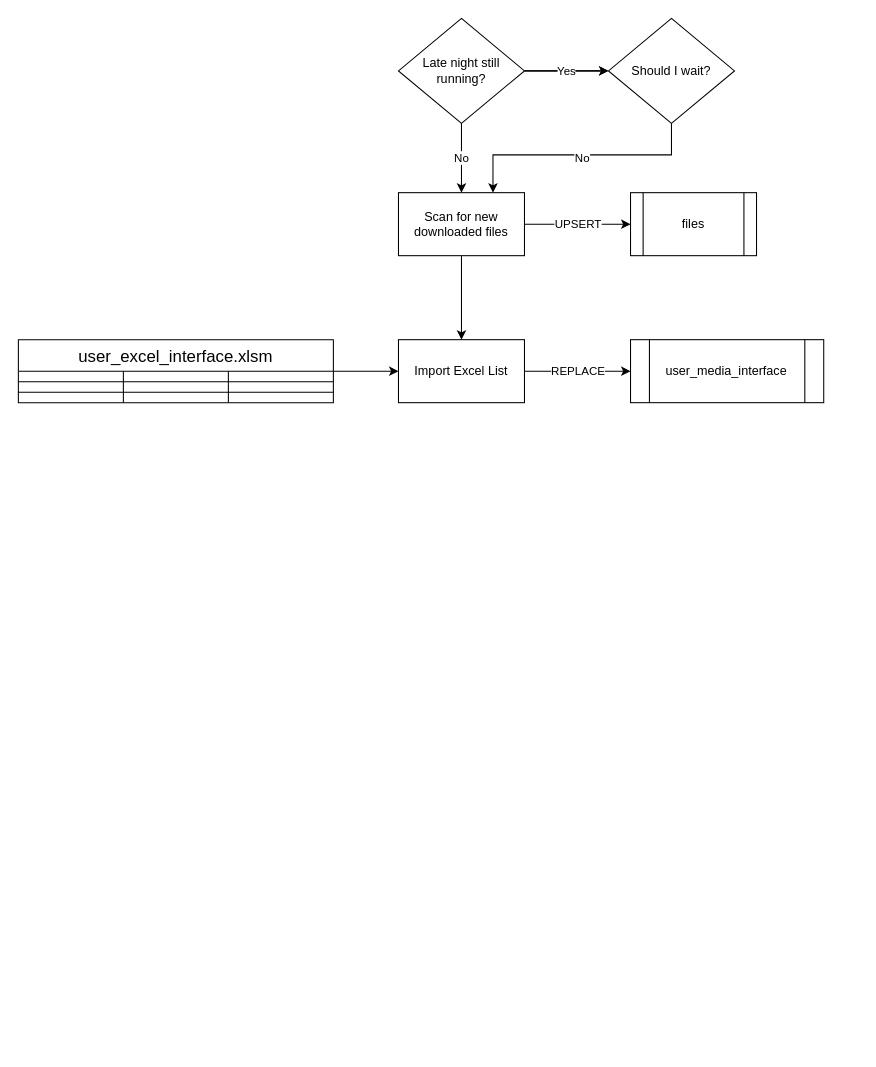
Before: filmcab daily process.EarlyMorning.drawio in jeffshumphreys/filmcab, a draw.io diagram. Source tidied: cells renumbered, new cells numbered last; positions are measured from the earlier drawing's top-left corner, leaving out a move shared by most shapes. Both pictures are drawn from the tidied source at 105%, with x=0, y=0 at pixel (18, 18).
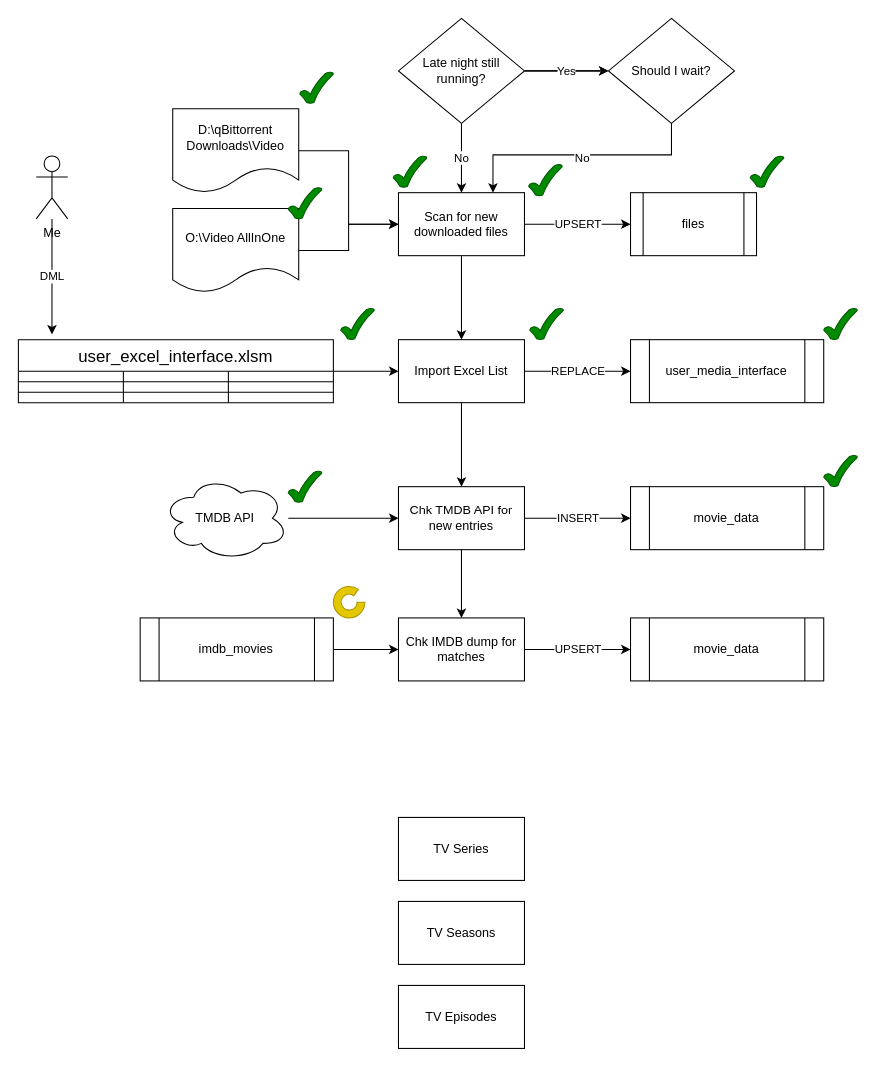
The same diagram, later.

Commit message:
Finally a useful plan!

Unchanged cells that the change refers to:
```xml
<mxCell id="11" value="Scan for new downloaded files" style="whiteSpace=wrap;html=1;" parent="1" vertex="1">
  <mxGeometry x="362" y="166" width="120" height="60" as="geometry" />
</mxCell>
<mxCell id="13" value="Import Excel List" style="whiteSpace=wrap;html=1;" parent="1" vertex="1">
  <mxGeometry x="362" y="306" width="120" height="60" as="geometry" />
</mxCell>
```

Diff of the diagram source:
```diff
@@
+    <mxCell id="30" style="edgeStyle=orthogonalEdgeStyle;rounded=0;jettySize=auto;html=1;" parent="1" edge="1" source="13" target="37">
+      <mxGeometry relative="1" as="geometry" />
+    </mxCell>
@@
+    <mxCell id="31" style="edgeStyle=orthogonalEdgeStyle;rounded=0;jettySize=auto;html=1;" parent="1" edge="1" source="32" target="11">
+      <mxGeometry relative="1" as="geometry" />
+    </mxCell>
+    <mxCell id="32" value="D:\qBittorrent Downloads\Video" style="shape=document;whiteSpace=wrap;html=1;boundedLbl=1;" parent="1" vertex="1">
+      <mxGeometry x="147" y="86" width="120" height="80" as="geometry" />
+    </mxCell>
+    <mxCell id="33" style="edgeStyle=orthogonalEdgeStyle;rounded=0;jettySize=auto;html=1;entryX=0;entryY=0.5;entryDx=0;entryDy=0;" parent="1" edge="1" source="34" target="11">
+      <mxGeometry relative="1" as="geometry" />
+    </mxCell>
+    <mxCell id="34" value="O:\Video AllInOne" style="shape=document;whiteSpace=wrap;html=1;boundedLbl=1;" parent="1" vertex="1">
+      <mxGeometry x="147" y="181" width="120" height="80" as="geometry" />
+    </mxCell>
+    <mxCell id="35" value="INSERT" style="edgeStyle=orthogonalEdgeStyle;rounded=0;jettySize=auto;html=1;" parent="1" edge="1" source="37" target="38">
+      <mxGeometry relative="1" as="geometry" />
+    </mxCell>
+    <mxCell id="36" style="edgeStyle=orthogonalEdgeStyle;rounded=0;jettySize=auto;html=1;entryX=0.5;entryY=0;entryDx=0;entryDy=0;" parent="1" edge="1" source="37" target="54">
+      <mxGeometry relative="1" as="geometry" />
+    </mxCell>
+    <mxCell id="37" value="Chk TMDB API for new entries" style="whiteSpace=wrap;html=1;" parent="1" vertex="1">
+      <mxGeometry x="362" y="446" width="120" height="60" as="geometry" />
+    </mxCell>
+    <mxCell id="38" value="movie_data" style="shape=process;whiteSpace=wrap;html=1;backgroundOutline=1;" parent="1" vertex="1">
+      <mxGeometry x="583" y="446" width="184" height="60" as="geometry" />
+    </mxCell>
+    <mxCell id="39" style="edgeStyle=orthogonalEdgeStyle;rounded=0;jettySize=auto;html=1;" parent="1" edge="1" source="40" target="37">
+      <mxGeometry relative="1" as="geometry" />
+    </mxCell>
+    <mxCell id="40" value="TMDB API" style="ellipse;shape=cloud;whiteSpace=wrap;html=1;" parent="1" vertex="1">
+      <mxGeometry x="137" y="436" width="120" height="80" as="geometry" />
+    </mxCell>
+    <mxCell id="41" style="verticalLabelPosition=bottom;verticalAlign=top;html=1;shape=mxgraph.basic.tick;fillColor=#008a00;fontColor=#ffffff;strokeColor=#005700;" parent="1" vertex="1">
+      <mxGeometry x="257" y="431" width="32" height="30" as="geometry" />
+    </mxCell>
+    <mxCell id="42" style="verticalLabelPosition=bottom;verticalAlign=top;html=1;shape=mxgraph.basic.tick;fillColor=#008a00;fontColor=#ffffff;strokeColor=#005700;" parent="1" vertex="1">
+      <mxGeometry x="307" y="276" width="32" height="30" as="geometry" />
+    </mxCell>
+    <mxCell id="43" style="verticalLabelPosition=bottom;verticalAlign=top;html=1;shape=mxgraph.basic.tick;fillColor=#008a00;fontColor=#ffffff;strokeColor=#005700;" parent="1" vertex="1">
+      <mxGeometry x="357" y="131" width="32" height="30" as="geometry" />
+    </mxCell>
+    <mxCell id="44" style="verticalLabelPosition=bottom;verticalAlign=top;html=1;shape=mxgraph.basic.tick;fillColor=#008a00;fontColor=#ffffff;strokeColor=#005700;" parent="1" vertex="1">
+      <mxGeometry x="697" y="131" width="32" height="30" as="geometry" />
+    </mxCell>
+    <mxCell id="45" style="verticalLabelPosition=bottom;verticalAlign=top;html=1;shape=mxgraph.basic.tick;fillColor=#008a00;fontColor=#ffffff;strokeColor=#005700;" parent="1" vertex="1">
+      <mxGeometry x="767" y="276" width="32" height="30" as="geometry" />
+    </mxCell>
+    <mxCell id="46" style="verticalLabelPosition=bottom;verticalAlign=top;html=1;shape=mxgraph.basic.tick;fillColor=#008a00;fontColor=#ffffff;strokeColor=#005700;" parent="1" vertex="1">
+      <mxGeometry x="767" y="416" width="32" height="30" as="geometry" />
+    </mxCell>
+    <mxCell id="47" style="verticalLabelPosition=bottom;verticalAlign=top;html=1;shape=mxgraph.basic.tick;fillColor=#008a00;fontColor=#ffffff;strokeColor=#005700;" parent="1" vertex="1">
+      <mxGeometry x="487" y="276" width="32" height="30" as="geometry" />
+    </mxCell>
+    <mxCell id="48" style="verticalLabelPosition=bottom;verticalAlign=top;html=1;shape=mxgraph.basic.tick;fillColor=#008a00;fontColor=#ffffff;strokeColor=#005700;" parent="1" vertex="1">
+      <mxGeometry x="486" y="139" width="32" height="30" as="geometry" />
+    </mxCell>
+    <mxCell id="49" value="DML" style="edgeStyle=orthogonalEdgeStyle;rounded=0;jettySize=auto;html=1;" parent="1" edge="1" source="50">
+      <mxGeometry relative="1" as="geometry">
+        <mxPoint x="32" y="301" as="targetPoint" />
+      </mxGeometry>
+    </mxCell>
+    <mxCell id="50" value="Me" style="shape=umlActor;verticalLabelPosition=bottom;verticalAlign=top;html=1;outlineConnect=0;" parent="1" vertex="1">
+      <mxGeometry x="17" y="131" width="30" height="60" as="geometry" />
+    </mxCell>
+    <mxCell id="51" style="verticalLabelPosition=bottom;verticalAlign=top;html=1;shape=mxgraph.basic.tick;fillColor=#008a00;fontColor=#ffffff;strokeColor=#005700;" parent="1" vertex="1">
+      <mxGeometry x="268" y="51" width="32" height="30" as="geometry" />
+    </mxCell>
+    <mxCell id="52" style="verticalLabelPosition=bottom;verticalAlign=top;html=1;shape=mxgraph.basic.tick;fillColor=#008a00;fontColor=#ffffff;strokeColor=#005700;" parent="1" vertex="1">
+      <mxGeometry x="257" y="161" width="32" height="30" as="geometry" />
+    </mxCell>
+    <mxCell id="53" value="UPSERT" style="edgeStyle=orthogonalEdgeStyle;rounded=0;jettySize=auto;html=1;entryX=0;entryY=0.5;entryDx=0;entryDy=0;" parent="1" edge="1" source="54" target="57">
+      <mxGeometry relative="1" as="geometry" />
+    </mxCell>
+    <mxCell id="54" value="Chk IMDB dump for matches" style="whiteSpace=wrap;html=1;" parent="1" vertex="1">
+      <mxGeometry x="362" y="571" width="120" height="60" as="geometry" />
+    </mxCell>
+    <mxCell id="55" style="edgeStyle=orthogonalEdgeStyle;rounded=0;jettySize=auto;html=1;entryX=0;entryY=0.5;entryDx=0;entryDy=0;" parent="1" edge="1" source="56" target="54">
+      <mxGeometry relative="1" as="geometry" />
+    </mxCell>
+    <mxCell id="56" value="imdb_movies" style="shape=process;whiteSpace=wrap;html=1;backgroundOutline=1;" parent="1" vertex="1">
+      <mxGeometry x="116" y="571" width="184" height="60" as="geometry" />
+    </mxCell>
+    <mxCell id="57" value="movie_data" style="shape=process;whiteSpace=wrap;html=1;backgroundOutline=1;" parent="1" vertex="1">
+      <mxGeometry x="583" y="571" width="184" height="60" as="geometry" />
+    </mxCell>
+    <mxCell id="58" value="TV Series" style="whiteSpace=wrap;html=1;" parent="1" vertex="1">
+      <mxGeometry x="362" y="761" width="120" height="60" as="geometry" />
+    </mxCell>
+    <mxCell id="59" value="TV Seasons" style="whiteSpace=wrap;html=1;" parent="1" vertex="1">
+      <mxGeometry x="362" y="841" width="120" height="60" as="geometry" />
+    </mxCell>
+    <mxCell id="60" value="TV Episodes" style="whiteSpace=wrap;html=1;" parent="1" vertex="1">
+      <mxGeometry x="362" y="921" width="120" height="60" as="geometry" />
+    </mxCell>
+    <mxCell id="61" style="verticalLabelPosition=bottom;verticalAlign=top;html=1;shape=mxgraph.basic.partConcEllipse;startAngle=0.25;endAngle=0.1;arcWidth=0.5;fillColor=#e3c800;fontColor=#000000;strokeColor=#B09500;" parent="1" vertex="1">
+      <mxGeometry x="300" y="541" width="30" height="30" as="geometry" />
+    </mxCell>
```
